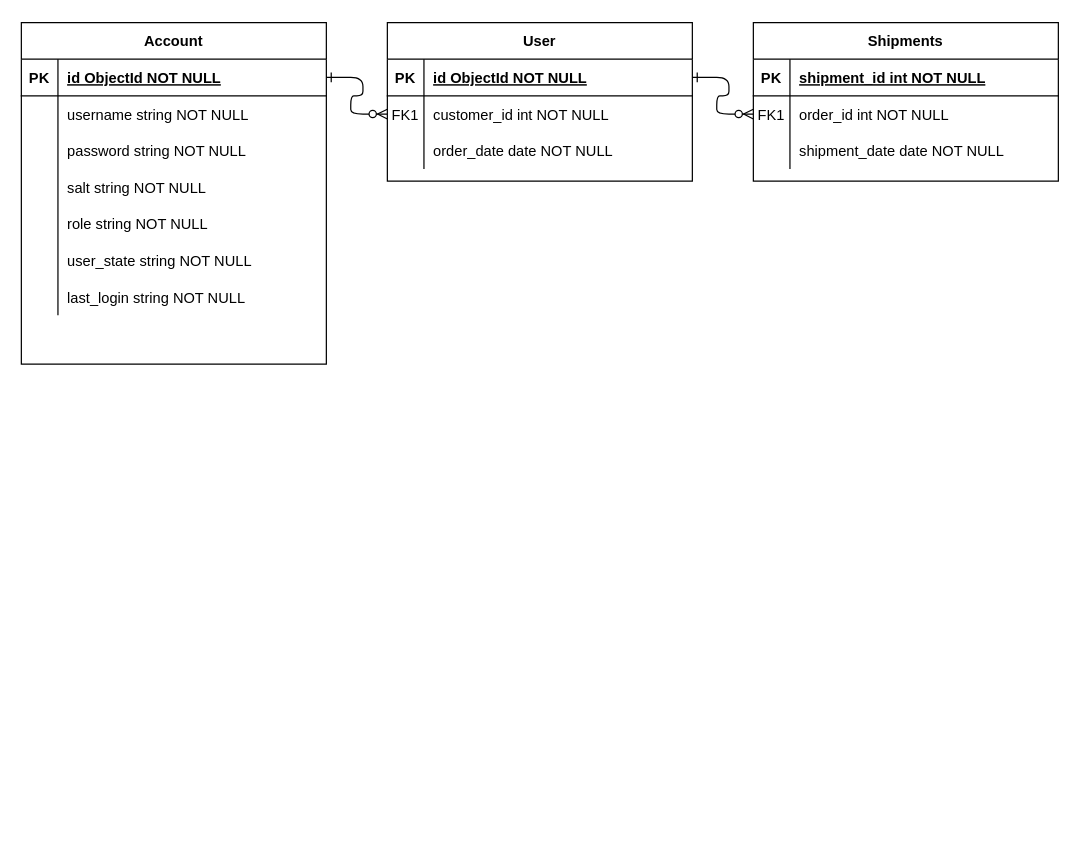
This is diagram.drawio from lambro2510/salespage-service, a draw.io file, before an edit. Source tidied: cells renumbered, new cells numbered last; positions are measured from the earlier drawing's top-left corner, leaving out a move shared by most shapes. Both pictures are drawn from the tidied source at 122%, with x=0, y=0 at pixel (21, 22).
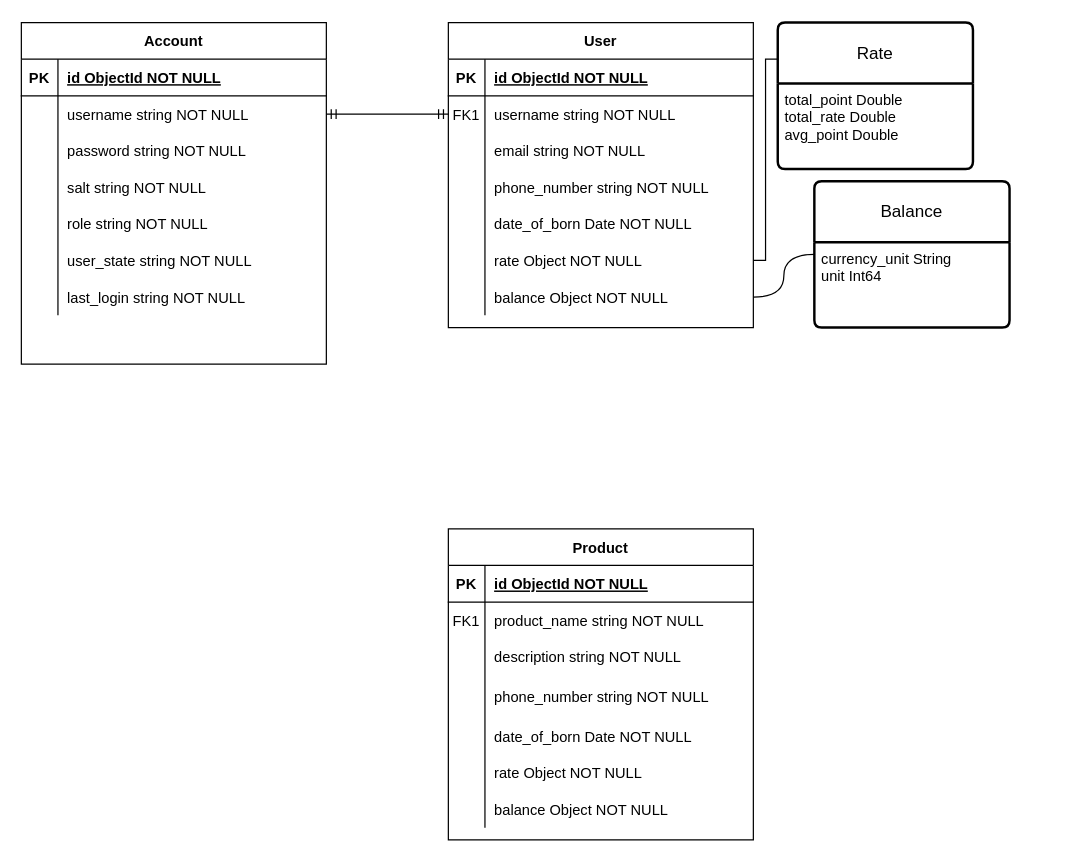
After the change.

Commit message:
Cập nhật diagram.drawio

The change refers to these unchanged cells:
```xml
<mxCell id="5" style="shape=partialRectangle;fillColor=none;points=[[0,0.5],[1,0.5]];portConstraint=eastwest;top=0;left=0;right=0;bottom=1;" parent="4" vertex="1">
  <mxGeometry y="30" width="250" height="30" as="geometry" />
</mxCell>
<mxCell id="8" style="shape=partialRectangle;fillColor=none;points=[[0,0.5],[1,0.5]];portConstraint=eastwest;top=0;left=0;right=0;bottom=0;" parent="4" vertex="1">
  <mxGeometry y="60" width="250" height="30" as="geometry" />
</mxCell>
<mxCell id="11" style="shape=partialRectangle;fillColor=none;top=0;left=0;right=0;bottom=0;" parent="4" vertex="1">
  <mxGeometry y="90" width="250" height="30" as="geometry" />
</mxCell>
<mxCell id="25" style="shape=partialRectangle;fillColor=none;points=[[0,0.5],[1,0.5]];portConstraint=eastwest;top=0;left=0;right=0;bottom=1;" parent="24" vertex="1">
  <mxGeometry y="30" width="250" height="30" as="geometry" />
</mxCell>
<mxCell id="28" style="shape=partialRectangle;fillColor=none;points=[[0,0.5],[1,0.5]];portConstraint=eastwest;top=0;left=0;right=0;bottom=0;" parent="24" vertex="1">
  <mxGeometry y="60" width="250" height="30" as="geometry" />
</mxCell>
```

What changed in the source:
```diff
@@
-    <mxCell id="2" style="edgeStyle=entityRelationEdgeStyle;endArrow=ERzeroToMany;startArrow=ERone;endFill=1;startFill=0;" parent="1" edge="1" source="25" target="8">
-      <mxGeometry relative="1" as="geometry" />
-    </mxCell>
-    <mxCell id="3" style="edgeStyle=entityRelationEdgeStyle;endArrow=ERzeroToMany;startArrow=ERone;endFill=1;startFill=0;" parent="1" edge="1" source="5" target="18">
-      <mxGeometry relative="1" as="geometry" />
-    </mxCell>
     <mxCell id="4" value="User" style="shape=table;startSize=30;childLayout=tableLayout;rowLines=0;fontStyle=1;align=center;" parent="1" vertex="1">
-      <mxGeometry x="300" width="250" height="130" as="geometry" />
+      <mxGeometry x="350" width="250" height="250" as="geometry" />
     </mxCell>
@@
-    <mxCell id="10" value="customer_id int NOT NULL" style="shape=partialRectangle;overflow=hidden;fillColor=none;top=0;left=0;bottom=0;right=0;align=left;spacingLeft=6;" parent="8" vertex="1">
+    <mxCell id="10" value="username string NOT NULL" style="shape=partialRectangle;overflow=hidden;fillColor=none;top=0;left=0;bottom=0;right=0;align=left;spacingLeft=6;" parent="8" vertex="1">
       <mxGeometry x="30" width="220" height="30" as="geometry" />
     </mxCell>
@@
-    <mxCell id="13" value="order_date date NOT NULL" style="shape=partialRectangle;overflow=hidden;fillColor=none;top=0;left=0;bottom=0;right=0;align=left;spacingLeft=6;" parent="11" vertex="1">
+    <mxCell id="13" value="email string NOT NULL" style="shape=partialRectangle;overflow=hidden;fillColor=none;top=0;left=0;bottom=0;right=0;align=left;spacingLeft=6;" parent="11" vertex="1">
       <mxGeometry x="30" width="220" height="30" as="geometry" />
     </mxCell>
-    <mxCell id="14" value="Shipments" style="shape=table;startSize=30;childLayout=tableLayout;rowLines=0;fontStyle=1;align=center;" parent="1" vertex="1">
-      <mxGeometry x="600" width="250" height="130" as="geometry" />
-    </mxCell>
-    <mxCell id="15" style="shape=partialRectangle;fillColor=none;top=0;left=0;right=0;bottom=1;" parent="14" vertex="1">
-      <mxGeometry y="30" width="250" height="30" as="geometry" />
-    </mxCell>
-    <mxCell id="16" value="PK" style="shape=partialRectangle;overflow=hidden;fillColor=none;top=0;left=0;bottom=0;right=0;fontStyle=1;" parent="15" vertex="1">
-      <mxGeometry width="30" height="30" as="geometry" />
-    </mxCell>
-    <mxCell id="17" value="shipment_id int NOT NULL " style="shape=partialRectangle;overflow=hidden;fillColor=none;top=0;left=0;bottom=0;right=0;align=left;spacingLeft=6;fontStyle=5;" parent="15" vertex="1">
-      <mxGeometry x="30" width="220" height="30" as="geometry" />
-    </mxCell>
-    <mxCell id="18" style="shape=partialRectangle;fillColor=none;points=[[0,0.5],[1,0.5]];portConstraint=eastwest;top=0;left=0;right=0;bottom=0;" parent="14" vertex="1">
-      <mxGeometry y="60" width="250" height="30" as="geometry" />
-    </mxCell>
-    <mxCell id="19" value="FK1" style="shape=partialRectangle;overflow=hidden;fillColor=none;top=0;left=0;bottom=0;right=0;" parent="18" vertex="1">
-      <mxGeometry width="30" height="30" as="geometry" />
-    </mxCell>
-    <mxCell id="20" value="order_id int NOT NULL" style="shape=partialRectangle;overflow=hidden;fillColor=none;top=0;left=0;bottom=0;right=0;align=left;spacingLeft=6;" parent="18" vertex="1">
-      <mxGeometry x="30" width="220" height="30" as="geometry" />
-    </mxCell>
-    <mxCell id="21" style="shape=partialRectangle;fillColor=none;top=0;left=0;right=0;bottom=0;" parent="14" vertex="1">
-      <mxGeometry y="90" width="250" height="30" as="geometry" />
-    </mxCell>
-    <mxCell id="22" style="shape=partialRectangle;overflow=hidden;fillColor=none;top=0;left=0;bottom=0;right=0;" parent="21" vertex="1">
-      <mxGeometry width="30" height="30" as="geometry" />
-    </mxCell>
-    <mxCell id="23" value="shipment_date date NOT NULL" style="shape=partialRectangle;overflow=hidden;fillColor=none;top=0;left=0;bottom=0;right=0;align=left;spacingLeft=6;" parent="21" vertex="1">
-      <mxGeometry x="30" width="220" height="30" as="geometry" />
-    </mxCell>
+    <mxCell id="46" style="shape=partialRectangle;fillColor=none;top=0;left=0;right=0;bottom=0;" parent="4" vertex="1">
+      <mxGeometry y="120" width="250" height="30" as="geometry" />
+    </mxCell>
+    <mxCell id="47" style="shape=partialRectangle;overflow=hidden;fillColor=none;top=0;left=0;bottom=0;right=0;" parent="46" vertex="1">
+      <mxGeometry width="30" height="30" as="geometry" />
+    </mxCell>
+    <mxCell id="48" value="phone_number string NOT NULL" style="shape=partialRectangle;overflow=hidden;fillColor=none;top=0;left=0;bottom=0;right=0;align=left;spacingLeft=6;" parent="46" vertex="1">
+      <mxGeometry x="30" width="220" height="30" as="geometry" />
+    </mxCell>
+    <mxCell id="49" style="shape=partialRectangle;fillColor=none;top=0;left=0;right=0;bottom=0;" parent="4" vertex="1">
+      <mxGeometry y="150" width="250" height="30" as="geometry" />
+    </mxCell>
+    <mxCell id="50" style="shape=partialRectangle;overflow=hidden;fillColor=none;top=0;left=0;bottom=0;right=0;" parent="49" vertex="1">
+      <mxGeometry width="30" height="30" as="geometry" />
+    </mxCell>
+    <mxCell id="51" value="date_of_born Date NOT NULL" style="shape=partialRectangle;overflow=hidden;fillColor=none;top=0;left=0;bottom=0;right=0;align=left;spacingLeft=6;" parent="49" vertex="1">
+      <mxGeometry x="30" width="220" height="30" as="geometry" />
+    </mxCell>
+    <mxCell id="52" style="shape=partialRectangle;fillColor=none;points=[[0,0.5],[1,0.5]];portConstraint=eastwest;top=0;left=0;right=0;bottom=0;" parent="4" vertex="1">
+      <mxGeometry y="180" width="250" height="30" as="geometry" />
+    </mxCell>
+    <mxCell id="53" style="shape=partialRectangle;overflow=hidden;fillColor=none;top=0;left=0;bottom=0;right=0;" parent="52" vertex="1">
+      <mxGeometry width="30" height="30" as="geometry" />
+    </mxCell>
+    <mxCell id="54" value="rate Object NOT NULL" style="shape=partialRectangle;overflow=hidden;fillColor=none;top=0;left=0;bottom=0;right=0;align=left;spacingLeft=6;" parent="52" vertex="1">
+      <mxGeometry x="30" width="220" height="30" as="geometry" />
+    </mxCell>
+    <mxCell id="55" style="shape=partialRectangle;fillColor=none;points=[[0,0.5],[1,0.5]];portConstraint=eastwest;top=0;left=0;right=0;bottom=0;" parent="4" vertex="1">
+      <mxGeometry y="210" width="250" height="30" as="geometry" />
+    </mxCell>
+    <mxCell id="56" style="shape=partialRectangle;overflow=hidden;fillColor=none;top=0;left=0;bottom=0;right=0;" parent="55" vertex="1">
+      <mxGeometry width="30" height="30" as="geometry" />
+    </mxCell>
+    <mxCell id="57" value="balance Object NOT NULL" style="shape=partialRectangle;overflow=hidden;fillColor=none;top=0;left=0;bottom=0;right=0;align=left;spacingLeft=6;" parent="55" vertex="1">
+      <mxGeometry x="30" width="220" height="30" as="geometry" />
+    </mxCell>
@@
+    <mxCell id="58" style="edgeStyle=orthogonalEdgeStyle;fontSize=12;html=1;endArrow=ERmandOne;startArrow=ERmandOne;rounded=0;labelBackgroundColor=default;strokeColor=default;align=center;verticalAlign=middle;fontFamily=Helvetica;fontColor=default;shape=connector;curved=1;" parent="1" edge="1" source="28" target="8">
+      <mxGeometry relative="1" as="geometry" />
+    </mxCell>
+    <mxCell id="59" value="Rate" style="swimlane;horizontal=1;startSize=50;rounded=1;fontSize=14;fontStyle=0;strokeWidth=2;shadow=0;dashed=0;align=center;arcSize=4;whiteSpace=wrap;html=1;fontFamily=Helvetica;fontColor=default;" parent="1" vertex="1">
+      <mxGeometry x="620" width="160" height="120" as="geometry" />
+    </mxCell>
+    <mxCell id="60" value="total_point Double&lt;br&gt;total_rate Double&lt;br&gt;avg_point Double" style="align=left;strokeColor=none;fillColor=none;spacingLeft=4;fontSize=12;verticalAlign=top;html=1;fontFamily=Helvetica;fontColor=default;" parent="59" vertex="1">
+      <mxGeometry y="50" width="160" height="70" as="geometry" />
+    </mxCell>
+    <mxCell id="61" style="endArrow=none;html=1;rounded=0;labelBackgroundColor=default;strokeColor=default;align=center;verticalAlign=middle;fontFamily=Helvetica;fontSize=11;fontColor=default;shape=connector;edgeStyle=orthogonalEdgeStyle;curved=1;" parent="1" edge="1" source="55" target="62">
+      <mxGeometry relative="1" as="geometry" />
+    </mxCell>
+    <mxCell id="62" value="Balance" style="swimlane;horizontal=1;startSize=50;rounded=1;fontSize=14;fontStyle=0;strokeWidth=2;shadow=0;dashed=0;align=center;arcSize=4;whiteSpace=wrap;html=1;fontFamily=Helvetica;fontColor=default;" parent="1" vertex="1">
+      <mxGeometry x="650" y="130" width="160" height="120" as="geometry" />
+    </mxCell>
+    <mxCell id="63" value="currency_unit String&lt;br&gt;unit Int64" style="align=left;strokeColor=none;fillColor=none;spacingLeft=4;fontSize=12;verticalAlign=top;html=1;fontFamily=Helvetica;fontColor=default;" parent="62" vertex="1">
+      <mxGeometry y="50" width="160" height="70" as="geometry" />
+    </mxCell>
+    <mxCell id="64" style="endArrow=none;html=1;rounded=0;labelBackgroundColor=default;strokeColor=default;align=center;verticalAlign=middle;fontFamily=Helvetica;fontSize=11;fontColor=default;shape=connector;edgeStyle=orthogonalEdgeStyle;entryX=0;entryY=0.25;entryDx=0;entryDy=0;" parent="1" edge="1" source="52" target="59">
+      <mxGeometry relative="1" as="geometry" />
+    </mxCell>
+    <mxCell id="65" value="Product" style="shape=table;startSize=30;childLayout=tableLayout;rowLines=0;fontStyle=1;align=center;" parent="1" vertex="1">
+      <mxGeometry x="350" y="415" width="250" height="255" as="geometry" />
+    </mxCell>
+    <mxCell id="15" style="shape=partialRectangle;fillColor=none;top=0;left=0;right=0;bottom=1;" parent="65" vertex="1">
+      <mxGeometry y="30" width="250" height="30" as="geometry" />
+    </mxCell>
+    <mxCell id="16" value="PK" style="shape=partialRectangle;overflow=hidden;fillColor=none;top=0;left=0;bottom=0;right=0;fontStyle=1;" parent="15" vertex="1">
+      <mxGeometry width="30" height="30" as="geometry" />
+    </mxCell>
+    <mxCell id="66" value="id ObjectId NOT NULL" style="shape=partialRectangle;overflow=hidden;fillColor=none;top=0;left=0;bottom=0;right=0;align=left;spacingLeft=6;fontStyle=5;" parent="15" vertex="1">
+      <mxGeometry x="30" width="220" height="30" as="geometry" />
+    </mxCell>
+    <mxCell id="18" style="shape=partialRectangle;fillColor=none;points=[[0,0.5],[1,0.5]];portConstraint=eastwest;top=0;left=0;right=0;bottom=0;" parent="65" vertex="1">
+      <mxGeometry y="60" width="250" height="30" as="geometry" />
+    </mxCell>
+    <mxCell id="19" value="FK1" style="shape=partialRectangle;overflow=hidden;fillColor=none;top=0;left=0;bottom=0;right=0;" parent="18" vertex="1">
+      <mxGeometry width="30" height="30" as="geometry" />
+    </mxCell>
+    <mxCell id="67" value="product_name string NOT NULL" style="shape=partialRectangle;overflow=hidden;fillColor=none;top=0;left=0;bottom=0;right=0;align=left;spacingLeft=6;" parent="18" vertex="1">
+      <mxGeometry x="30" width="220" height="30" as="geometry" />
+    </mxCell>
+    <mxCell id="21" style="shape=partialRectangle;fillColor=none;top=0;left=0;right=0;bottom=0;" parent="65" vertex="1">
+      <mxGeometry y="90" width="250" height="30" as="geometry" />
+    </mxCell>
+    <mxCell id="68" style="shape=partialRectangle;overflow=hidden;fillColor=none;top=0;left=0;bottom=0;right=0;" parent="21" vertex="1">
+      <mxGeometry width="30" height="30" as="geometry" />
+    </mxCell>
+    <mxCell id="69" value="description string NOT NULL" style="shape=partialRectangle;overflow=hidden;fillColor=none;top=0;left=0;bottom=0;right=0;align=left;spacingLeft=6;" parent="21" vertex="1">
+      <mxGeometry x="30" width="220" height="30" as="geometry" />
+    </mxCell>
+    <mxCell id="70" style="shape=partialRectangle;fillColor=none;top=0;left=0;right=0;bottom=0;" parent="65" vertex="1">
+      <mxGeometry y="120" width="250" height="35" as="geometry" />
+    </mxCell>
+    <mxCell id="71" style="shape=partialRectangle;overflow=hidden;fillColor=none;top=0;left=0;bottom=0;right=0;" parent="70" vertex="1">
+      <mxGeometry width="30" height="35" as="geometry" />
+    </mxCell>
+    <mxCell id="72" value="phone_number string NOT NULL" style="shape=partialRectangle;overflow=hidden;fillColor=none;top=0;left=0;bottom=0;right=0;align=left;spacingLeft=6;" parent="70" vertex="1">
+      <mxGeometry x="30" width="220" height="35" as="geometry" />
+    </mxCell>
+    <mxCell id="73" style="shape=partialRectangle;fillColor=none;top=0;left=0;right=0;bottom=0;" parent="65" vertex="1">
+      <mxGeometry y="155" width="250" height="30" as="geometry" />
+    </mxCell>
+    <mxCell id="74" style="shape=partialRectangle;overflow=hidden;fillColor=none;top=0;left=0;bottom=0;right=0;" parent="73" vertex="1">
+      <mxGeometry width="30" height="30" as="geometry" />
+    </mxCell>
+    <mxCell id="75" value="date_of_born Date NOT NULL" style="shape=partialRectangle;overflow=hidden;fillColor=none;top=0;left=0;bottom=0;right=0;align=left;spacingLeft=6;" parent="73" vertex="1">
+      <mxGeometry x="30" width="220" height="30" as="geometry" />
+    </mxCell>
+    <mxCell id="76" style="shape=partialRectangle;fillColor=none;top=0;left=0;right=0;bottom=0;" parent="65" vertex="1">
+      <mxGeometry y="185" width="250" height="30" as="geometry" />
+    </mxCell>
+    <mxCell id="77" style="shape=partialRectangle;overflow=hidden;fillColor=none;top=0;left=0;bottom=0;right=0;" parent="76" vertex="1">
+      <mxGeometry width="30" height="30" as="geometry" />
+    </mxCell>
+    <mxCell id="78" value="rate Object NOT NULL" style="shape=partialRectangle;overflow=hidden;fillColor=none;top=0;left=0;bottom=0;right=0;align=left;spacingLeft=6;" parent="76" vertex="1">
+      <mxGeometry x="30" width="220" height="30" as="geometry" />
+    </mxCell>
+    <mxCell id="79" style="shape=partialRectangle;fillColor=none;top=0;left=0;right=0;bottom=0;" parent="65" vertex="1">
+      <mxGeometry y="215" width="250" height="30" as="geometry" />
+    </mxCell>
+    <mxCell id="80" style="shape=partialRectangle;overflow=hidden;fillColor=none;top=0;left=0;bottom=0;right=0;" parent="79" vertex="1">
+      <mxGeometry width="30" height="30" as="geometry" />
+    </mxCell>
+    <mxCell id="81" value="balance Object NOT NULL" style="shape=partialRectangle;overflow=hidden;fillColor=none;top=0;left=0;bottom=0;right=0;align=left;spacingLeft=6;" parent="79" vertex="1">
+      <mxGeometry x="30" width="220" height="30" as="geometry" />
+    </mxCell>
```
